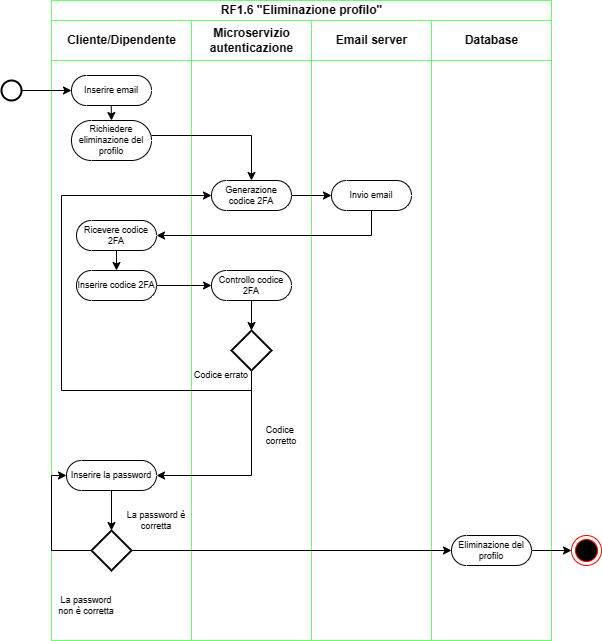
Earlier version of the draw.io export second-deliverable/images/eliminazione_profilo_swimlane.drawio.png (IS-FixMi/Documentation-Source). Source tidied: cells renumbered, new cells last; positions are measured from the earlier drawing's top-left corner, leaving out a move shared by most shapes.
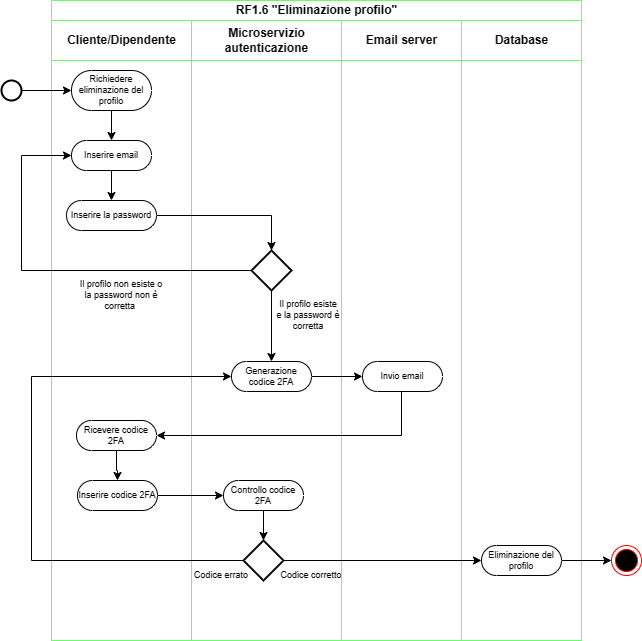
The same file after the commit.

What changed in the source:
```diff
@@ -3,137 +3,130 @@
     <mxCell id="0" />
     <mxCell id="1" parent="0" />
     <mxCell id="2" value="RF1.6 &quot;Eliminazione profilo&quot;" style="swimlane;startSize=20;html=1;fontSize=12;strokeColor=#66FF66;" parent="1" vertex="1">
-      <mxGeometry x="50" width="500" height="640" as="geometry" />
+      <mxGeometry x="50" width="530" height="640" as="geometry" />
     </mxCell>
     <mxCell id="3" value="Cliente/Dipendente" style="swimlane;startSize=40;html=1;strokeColor=#66FF66;" parent="2" vertex="1">
       <mxGeometry y="20" width="140" height="620" as="geometry" />
     </mxCell>
+    <mxCell id="38" style="edgeStyle=orthogonalEdgeStyle;rounded=0;jettySize=auto;html=1;" parent="3" edge="1" source="4" target="10">
+      <mxGeometry relative="1" as="geometry" />
+    </mxCell>
     <mxCell id="4" value="Inserire email" style="html=1;dashed=0;whiteSpace=wrap;shape=mxgraph.dfd.start;fontSize=9;" parent="3" vertex="1">
-      <mxGeometry x="20" y="55" width="80" height="30" as="geometry" />
+      <mxGeometry x="20" y="120" width="80" height="30" as="geometry" />
     </mxCell>
     <mxCell id="5" value="Richiedere eliminazione del profilo" style="html=1;dashed=0;whiteSpace=wrap;shape=mxgraph.dfd.start;fontSize=9;" parent="3" vertex="1">
-      <mxGeometry x="20" y="100" width="80" height="40" as="geometry" />
+      <mxGeometry x="20" y="50" width="80" height="40" as="geometry" />
     </mxCell>
-    <mxCell id="6" style="endArrow=classic;html=1;rounded=0;exitX=1;exitY=0.5;exitDx=0;exitDy=0;exitPerimeter=0;" parent="3" edge="1">
+    <mxCell id="6" style="endArrow=classic;html=1;rounded=0;" parent="3" edge="1" target="4">
       <mxGeometry relative="1" as="geometry">
-        <mxPoint x="59.7" y="85" as="sourcePoint" />
-        <mxPoint x="60" y="100" as="targetPoint" />
+        <mxPoint x="60" y="90" as="sourcePoint" />
       </mxGeometry>
     </mxCell>
-    <mxCell id="7" value="Inserire codice 2FA" style="html=1;dashed=0;whiteSpace=wrap;shape=mxgraph.dfd.start;fontSize=9;" parent="3" vertex="1">
-      <mxGeometry x="25" y="250" width="80" height="30" as="geometry" />
-    </mxCell>
+    <mxCell id="10" value="Inserire la password" style="html=1;dashed=0;whiteSpace=wrap;shape=mxgraph.dfd.start;fontSize=9;" parent="3" vertex="1">
+      <mxGeometry x="15" y="180" width="90" height="30" as="geometry" />
+    </mxCell>
     <mxCell id="8" value="Ricevere codice 2FA" style="html=1;dashed=0;whiteSpace=wrap;shape=mxgraph.dfd.start;fontSize=9;" parent="3" vertex="1">
-      <mxGeometry x="25" y="200" width="80" height="30" as="geometry" />
+      <mxGeometry x="25" y="400" width="80" height="30" as="geometry" />
     </mxCell>
-    <mxCell id="9" style="endArrow=classic;html=1;rounded=0;exitX=0.5;exitY=0.5;exitDx=0;exitDy=15;exitPerimeter=0;" parent="3" edge="1" source="8">
-      <mxGeometry relative="1" as="geometry">
-        <mxPoint x="65" y="250" as="targetPoint" />
-      </mxGeometry>
-    </mxCell>
-    <mxCell id="10" value="Inserire la password" style="html=1;dashed=0;whiteSpace=wrap;shape=mxgraph.dfd.start;fontSize=9;" parent="3" vertex="1">
-      <mxGeometry x="15" y="440" width="90" height="30" as="geometry" />
-    </mxCell>
-    <mxCell id="11" style="strokeWidth=2;html=1;shape=mxgraph.flowchart.decision;whiteSpace=wrap;" parent="3" vertex="1">
-      <mxGeometry x="40" y="510" width="40" height="40" as="geometry" />
-    </mxCell>
-    <mxCell id="12" style="endArrow=classic;html=1;rounded=0;exitX=0.5;exitY=0.5;exitDx=0;exitDy=15;exitPerimeter=0;entryX=0.5;entryY=0;entryDx=0;entryDy=0;entryPerimeter=0;" parent="3" edge="1" source="10" target="11">
-      <mxGeometry relative="1" as="geometry" />
-    </mxCell>
-    <mxCell id="13" value="La password è corretta" style="text;html=1;strokeColor=none;fillColor=none;align=center;verticalAlign=middle;whiteSpace=wrap;rounded=0;fontSize=9;" parent="3" vertex="1">
-      <mxGeometry x="70" y="485" width="70" height="30" as="geometry" />
-    </mxCell>
-    <mxCell id="14" style="endArrow=classic;html=1;rounded=0;exitX=0;exitY=0.5;exitDx=0;exitDy=0;exitPerimeter=0;entryX=0;entryY=0.5;entryDx=0;entryDy=0;entryPerimeter=0;" parent="3" edge="1" source="11" target="10">
-      <mxGeometry relative="1" as="geometry">
-        <Array as="points">
-          <mxPoint y="530" />
-          <mxPoint y="455" />
-        </Array>
-      </mxGeometry>
-    </mxCell>
-    <mxCell id="15" value="La password non è corretta" style="text;html=1;strokeColor=none;fillColor=none;align=center;verticalAlign=middle;whiteSpace=wrap;rounded=0;fontSize=9;" parent="3" vertex="1">
-      <mxGeometry y="570" width="70" height="30" as="geometry" />
+    <mxCell id="15" value="Il profilo non esiste o la password non è corretta&amp;nbsp;" style="text;html=1;strokeColor=none;fillColor=none;align=center;verticalAlign=middle;whiteSpace=wrap;rounded=0;fontSize=9;" parent="3" vertex="1">
+      <mxGeometry x="24" y="260" width="92" height="30" as="geometry" />
     </mxCell>
     <mxCell id="16" value="Microservizio&lt;br&gt;autenticazione" style="swimlane;startSize=40;html=1;strokeColor=#66FF66;" parent="2" vertex="1">
-      <mxGeometry x="140" y="20" width="120" height="620" as="geometry" />
+      <mxGeometry x="140" y="20" width="150" height="620" as="geometry" />
     </mxCell>
+    <mxCell id="22" style="edgeStyle=orthogonalEdgeStyle;rounded=0;jettySize=auto;html=1;entryX=0.5;entryY=0;entryDx=0;entryDy=0;entryPerimeter=0;" parent="16" edge="1" target="x">
+      <mxGeometry relative="1" as="geometry">
+        <mxPoint x="60" y="280" as="sourcePoint" />
+      </mxGeometry>
+    </mxCell>
+    <mxCell id="11" style="strokeWidth=2;html=1;shape=mxgraph.flowchart.decision;whiteSpace=wrap;" parent="16" vertex="1">
+      <mxGeometry x="60" y="230" width="40" height="40" as="geometry" />
+    </mxCell>
+    <mxCell id="18" value="Controllo codice 2FA" style="html=1;dashed=0;whiteSpace=wrap;shape=mxgraph.dfd.start;fontSize=9;" parent="16" vertex="1">
+      <mxGeometry x="32" y="460" width="80" height="30" as="geometry" />
+    </mxCell>
+    <mxCell id="7" value="Inserire codice 2FA" style="html=1;dashed=0;whiteSpace=wrap;shape=mxgraph.dfd.start;fontSize=9;" parent="16" vertex="1">
+      <mxGeometry x="-114" y="460" width="80" height="30" as="geometry" />
+    </mxCell>
+    <mxCell id="39" style="strokeWidth=2;html=1;shape=mxgraph.flowchart.decision;whiteSpace=wrap;" parent="16" vertex="1">
+      <mxGeometry x="52" y="520" width="40" height="40" as="geometry" />
+    </mxCell>
+    <mxCell id="31" style="endArrow=classic;html=1;rounded=0;exitX=1;exitY=0.5;exitDx=0;exitDy=0;exitPerimeter=0;entryX=0;entryY=0.5;entryDx=0;entryDy=0;entryPerimeter=0;" parent="16" edge="1" source="7" target="18">
+      <mxGeometry relative="1" as="geometry" />
+    </mxCell>
+    <mxCell id="40" style="edgeStyle=orthogonalEdgeStyle;rounded=0;jettySize=auto;html=1;" parent="16" edge="1" source="18" target="39">
+      <mxGeometry relative="1" as="geometry" />
+    </mxCell>
+    <mxCell id="23" value="Codice&amp;nbsp;corretto" style="text;html=1;strokeColor=none;fillColor=none;align=center;verticalAlign=middle;whiteSpace=wrap;rounded=0;fontSize=9;" parent="16" vertex="1">
+      <mxGeometry x="90" y="540" width="60" height="30" as="geometry" />
+    </mxCell>
+    <mxCell id="21" value="Codice errato" style="text;html=1;strokeColor=none;fillColor=none;align=center;verticalAlign=middle;whiteSpace=wrap;rounded=0;fontSize=9;" parent="16" vertex="1">
+      <mxGeometry y="540" width="60" height="30" as="geometry" />
+    </mxCell>
     <mxCell id="17" value="Generazione codice 2FA" style="html=1;dashed=0;whiteSpace=wrap;shape=mxgraph.dfd.start;fontSize=9;" parent="16" vertex="1">
-      <mxGeometry x="20" y="160" width="80" height="30" as="geometry" />
+      <mxGeometry x="40" y="341" width="80" height="30" as="geometry" />
     </mxCell>
-    <mxCell id="18" value="Controllo codice 2FA" style="html=1;dashed=0;whiteSpace=wrap;shape=mxgraph.dfd.start;fontSize=9;" parent="16" vertex="1">
-      <mxGeometry x="20" y="250" width="80" height="30" as="geometry" />
-    </mxCell>
-    <mxCell id="19" style="edgeStyle=orthogonalEdgeStyle;rounded=0;jettySize=auto;html=1;entryX=0;entryY=0.5;entryDx=0;entryDy=0;entryPerimeter=0;" parent="16" edge="1" source="20" target="17">
-      <mxGeometry relative="1" as="geometry">
-        <Array as="points">
-          <mxPoint x="60" y="370" />
-          <mxPoint x="-130" y="370" />
-          <mxPoint x="-130" y="175" />
-        </Array>
-      </mxGeometry>
-    </mxCell>
-    <mxCell id="20" style="strokeWidth=2;html=1;shape=mxgraph.flowchart.decision;whiteSpace=wrap;" parent="16" vertex="1">
-      <mxGeometry x="40" y="310" width="40" height="40" as="geometry" />
-    </mxCell>
-    <mxCell id="21" value="Codice errato" style="text;html=1;strokeColor=none;fillColor=none;align=center;verticalAlign=middle;whiteSpace=wrap;rounded=0;fontSize=9;" parent="16" vertex="1">
-      <mxGeometry y="340" width="60" height="30" as="geometry" />
-    </mxCell>
-    <mxCell id="22" style="edgeStyle=orthogonalEdgeStyle;rounded=0;jettySize=auto;html=1;entryX=0.5;entryY=0;entryDx=0;entryDy=0;entryPerimeter=0;" parent="16" edge="1" source="18" target="20">
-      <mxGeometry relative="1" as="geometry" />
-    </mxCell>
-    <mxCell id="23" value="Codice&amp;nbsp;&lt;br&gt;corretto" style="text;html=1;strokeColor=none;fillColor=none;align=center;verticalAlign=middle;whiteSpace=wrap;rounded=0;fontSize=9;" parent="16" vertex="1">
-      <mxGeometry x="60" y="400" width="60" height="30" as="geometry" />
-    </mxCell>
+    <mxCell id="41" style="edgeStyle=orthogonalEdgeStyle;rounded=0;jettySize=auto;html=1;entryX=0;entryY=0.5;entryDx=0;entryDy=0;entryPerimeter=0;" parent="16" edge="1" source="39" target="17">
+      <mxGeometry relative="1" as="geometry">
+        <Array as="points">
+          <mxPoint x="-160" y="540" />
+          <mxPoint x="-160" y="356" />
+        </Array>
+      </mxGeometry>
+    </mxCell>
+    <mxCell id="42" style="edgeStyle=orthogonalEdgeStyle;rounded=0;jettySize=auto;html=1;" parent="16" edge="1" source="11" target="17">
+      <mxGeometry relative="1" as="geometry" />
+    </mxCell>
+    <mxCell id="43" value="Il profilo esiste e la password è corretta" style="text;html=1;strokeColor=none;fillColor=none;align=center;verticalAlign=middle;whiteSpace=wrap;rounded=0;fontSize=9;" parent="16" vertex="1">
+      <mxGeometry x="84" y="280" width="66" height="30" as="geometry" />
+    </mxCell>
     <mxCell id="24" value="Email server" style="swimlane;startSize=40;html=1;strokeColor=#66FF66;" parent="2" vertex="1">
-      <mxGeometry x="260" y="20" width="120" height="620" as="geometry" />
+      <mxGeometry x="290" y="20" width="120" height="620" as="geometry" />
     </mxCell>
     <mxCell id="25" value="Invio email" style="html=1;dashed=0;whiteSpace=wrap;shape=mxgraph.dfd.start;fontSize=9;" parent="24" vertex="1">
-      <mxGeometry x="20" y="160" width="80" height="30" as="geometry" />
+      <mxGeometry x="21" y="341" width="80" height="30" as="geometry" />
     </mxCell>
     <mxCell id="26" value="Database" style="swimlane;startSize=40;html=1;strokeColor=#66FF66;" parent="2" vertex="1">
-      <mxGeometry x="380" y="20" width="120" height="620" as="geometry" />
+      <mxGeometry x="410" y="20" width="120" height="620" as="geometry" />
     </mxCell>
     <mxCell id="27" value="Eliminazione del profilo" style="html=1;dashed=0;whiteSpace=wrap;shape=mxgraph.dfd.start;fontSize=9;" parent="26" vertex="1">
-      <mxGeometry x="20" y="515" width="80" height="30" as="geometry" />
+      <mxGeometry x="20" y="525" width="80" height="30" as="geometry" />
     </mxCell>
-    <mxCell id="28" style="edgeStyle=orthogonalEdgeStyle;rounded=0;jettySize=auto;html=1;entryX=0.5;entryY=0.5;entryDx=0;entryDy=-15;entryPerimeter=0;" parent="2" edge="1" source="5" target="17">
-      <mxGeometry relative="1" as="geometry">
-        <Array as="points">
-          <mxPoint x="200" y="135" />
-        </Array>
-      </mxGeometry>
-    </mxCell>
+    <mxCell id="12" style="edgeStyle=orthogonalEdgeStyle;rounded=0;jettySize=auto;html=1;" parent="2" edge="1" source="10" target="11">
+      <mxGeometry relative="1" as="geometry" />
+    </mxCell>
+    <mxCell id="14" style="endArrow=classic;html=1;rounded=0;" parent="2" edge="1" source="11" target="4">
+      <mxGeometry relative="1" as="geometry">
+        <Array as="points">
+          <mxPoint x="-30" y="270" />
+          <mxPoint x="-30" y="155" />
+        </Array>
+      </mxGeometry>
+    </mxCell>
+    <mxCell id="30" style="edgeStyle=orthogonalEdgeStyle;rounded=0;jettySize=auto;html=1;entryX=1;entryY=0.5;entryDx=0;entryDy=0;entryPerimeter=0;" parent="2" edge="1" source="25" target="8">
+      <mxGeometry relative="1" as="geometry">
+        <Array as="points">
+          <mxPoint x="350" y="435" />
+        </Array>
+      </mxGeometry>
+    </mxCell>
+    <mxCell id="44" style="edgeStyle=orthogonalEdgeStyle;rounded=0;jettySize=auto;html=1;" parent="2" edge="1" source="8" target="7">
+      <mxGeometry relative="1" as="geometry" />
+    </mxCell>
+    <mxCell id="45" style="edgeStyle=orthogonalEdgeStyle;rounded=0;jettySize=auto;html=1;" parent="2" edge="1" source="39" target="27">
+      <mxGeometry relative="1" as="geometry" />
+    </mxCell>
     <mxCell id="29" style="edgeStyle=orthogonalEdgeStyle;rounded=0;jettySize=auto;html=1;entryX=0;entryY=0.5;entryDx=0;entryDy=0;entryPerimeter=0;" parent="2" edge="1" source="17" target="25">
       <mxGeometry relative="1" as="geometry" />
     </mxCell>
-    <mxCell id="30" style="edgeStyle=orthogonalEdgeStyle;rounded=0;jettySize=auto;html=1;entryX=1;entryY=0.5;entryDx=0;entryDy=0;entryPerimeter=0;" parent="2" edge="1" source="25" target="8">
-      <mxGeometry relative="1" as="geometry">
-        <Array as="points">
-          <mxPoint x="320" y="235" />
-        </Array>
-      </mxGeometry>
-    </mxCell>
-    <mxCell id="31" style="endArrow=classic;html=1;rounded=0;exitX=1;exitY=0.5;exitDx=0;exitDy=0;exitPerimeter=0;entryX=0;entryY=0.5;entryDx=0;entryDy=0;entryPerimeter=0;" parent="2" edge="1" source="7" target="18">
-      <mxGeometry relative="1" as="geometry" />
-    </mxCell>
-    <mxCell id="32" style="endArrow=classic;html=1;rounded=0;exitX=0.5;exitY=1;exitDx=0;exitDy=0;exitPerimeter=0;entryX=1;entryY=0.5;entryDx=0;entryDy=0;entryPerimeter=0;" parent="2" edge="1" source="20" target="10">
-      <mxGeometry relative="1" as="geometry">
-        <Array as="points">
-          <mxPoint x="200" y="475" />
-        </Array>
-      </mxGeometry>
-    </mxCell>
-    <mxCell id="33" style="endArrow=classic;html=1;rounded=0;exitX=1;exitY=0.5;exitDx=0;exitDy=0;exitPerimeter=0;entryX=0;entryY=0.5;entryDx=0;entryDy=0;entryPerimeter=0;" parent="2" edge="1" source="11" target="27">
-      <mxGeometry relative="1" as="geometry" />
-    </mxCell>
     <mxCell id="34" style="strokeWidth=2;html=1;shape=mxgraph.flowchart.start_2;whiteSpace=wrap;" parent="1" vertex="1">
       <mxGeometry y="80" width="20" height="20" as="geometry" />
     </mxCell>
-    <mxCell id="35" style="endArrow=classic;html=1;rounded=0;exitX=1;exitY=0.5;exitDx=0;exitDy=0;exitPerimeter=0;entryX=0;entryY=0.5;entryDx=0;entryDy=0;entryPerimeter=0;" parent="1" edge="1" source="34" target="4">
+    <mxCell id="35" style="endArrow=classic;html=1;rounded=0;exitX=1;exitY=0.5;exitDx=0;exitDy=0;exitPerimeter=0;" parent="1" edge="1" source="34" target="5">
       <mxGeometry relative="1" as="geometry" />
     </mxCell>
     <mxCell id="36" style="ellipse;html=1;shape=endState;fillColor=#000000;strokeColor=#ff0000;" parent="1" vertex="1">
-      <mxGeometry x="570" y="535" width="30" height="30" as="geometry" />
+      <mxGeometry x="610" y="545" width="30" height="30" as="geometry" />
     </mxCell>
     <mxCell id="37" style="edgeStyle=orthogonalEdgeStyle;rounded=0;jettySize=auto;html=1;entryX=0;entryY=0.5;entryDx=0;entryDy=0;" parent="1" edge="1" source="27" target="36">
       <mxGeometry relative="1" as="geometry" />
```
